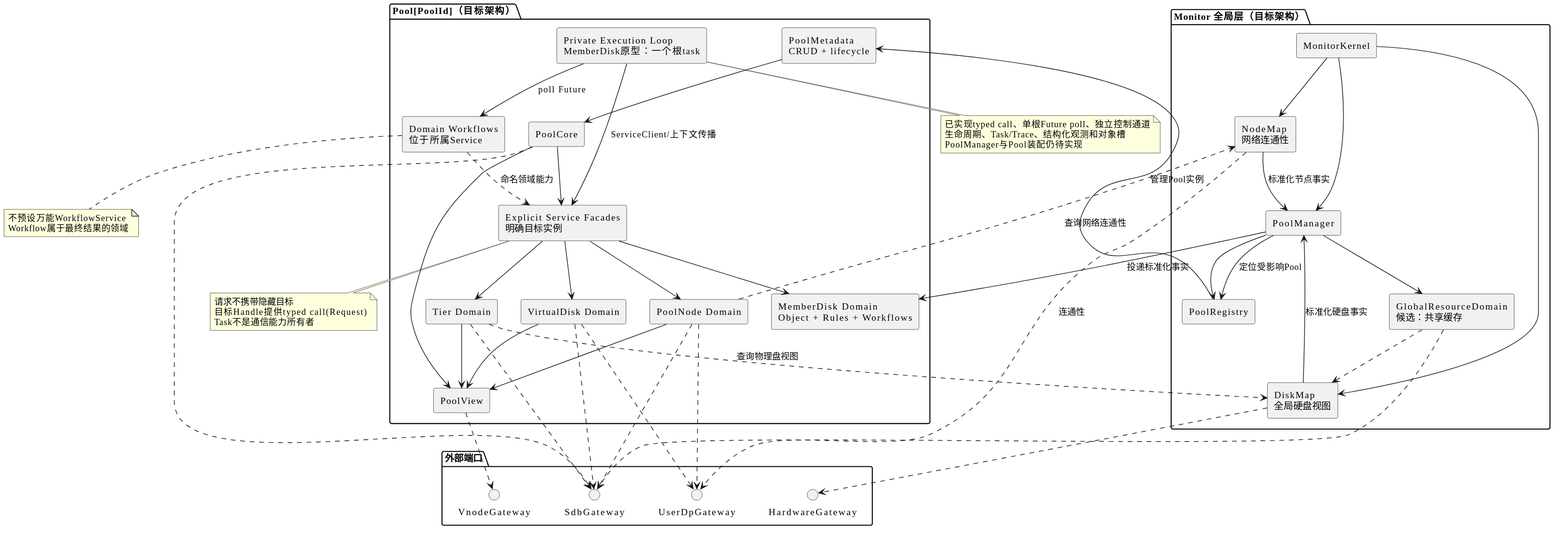
limushu/runtime keeps this PlantUML diagram as docs/assets/control-plane-components.svg. Above is the earlier version.
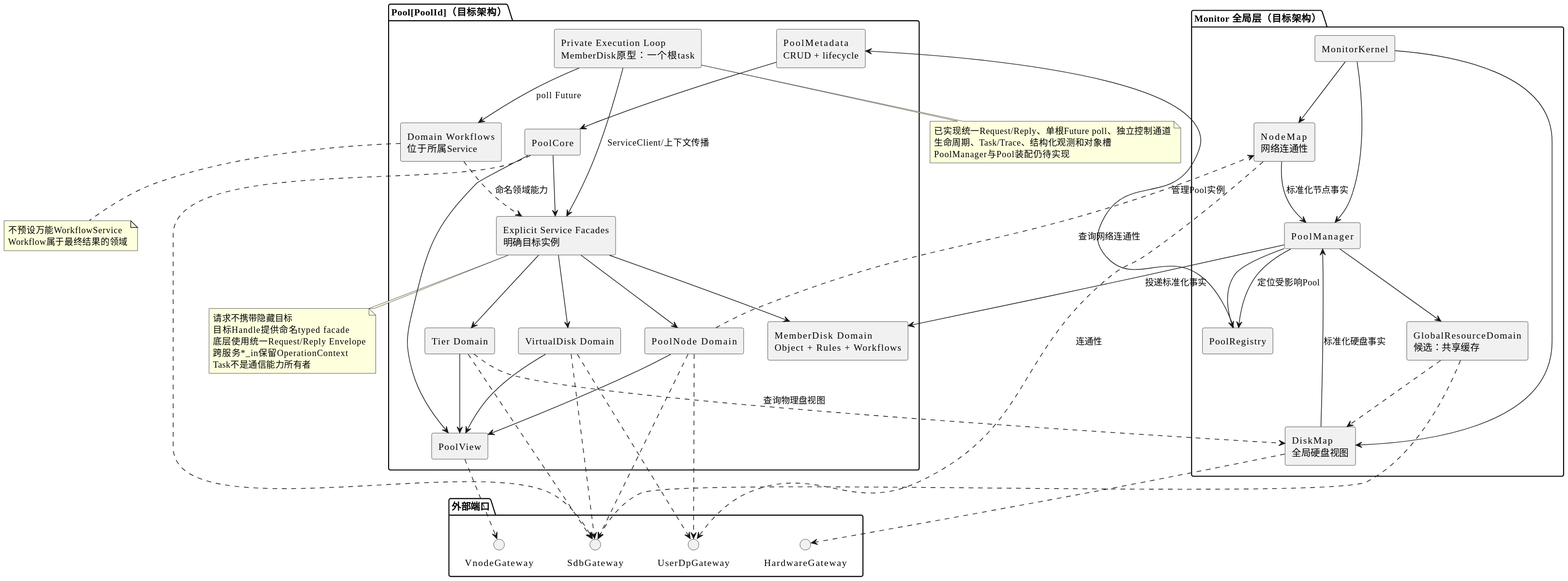
The same file after the commit.

The edit, as a diff of the source:
```diff
@@ -79,12 +79,14 @@
 
 note bottom of Facades
 请求不携带隐藏目标
-目标Handle提供typed call(Request)
+目标Handle提供命名typed facade
+底层使用统一Request/Reply Envelope
+跨服务*_in保留OperationContext
 Task不是通信能力所有者
 end note
 
 note bottom of ServiceRuntime
-已实现typed call、单根Future poll、独立控制通道
+已实现统一Request/Reply、单根Future poll、独立控制通道
 生命周期、Task/Trace、结构化观测和对象槽
 PoolManager与Pool装配仍待实现
 end note
```
